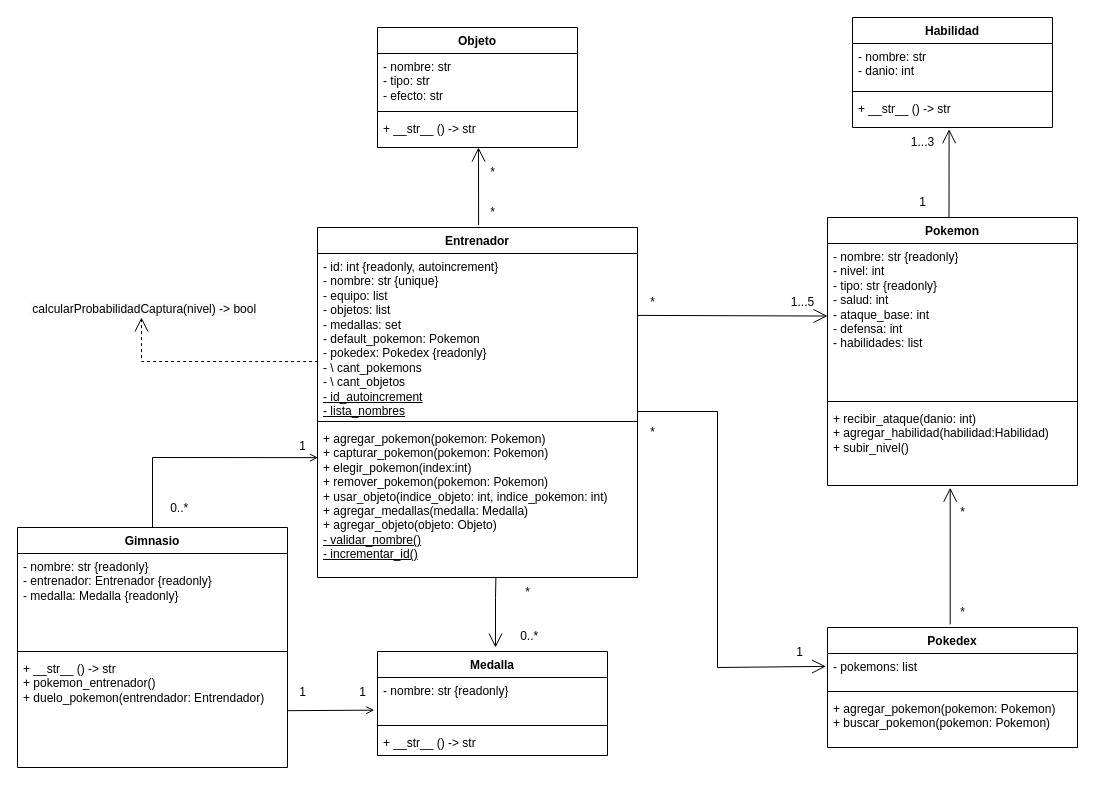
Earlier version of the draw.io diagram pokemon.drawio (MarucoMass/tp-integrador-P2-Massonnat-Martin-Palena). Source tidied: cells renumbered, new cells numbered last; positions are measured from the earlier drawing's top-left corner, leaving out a move shared by most shapes. Both pictures are drawn from the tidied source at 100%, with x=0, y=0 at pixel (17, 17).
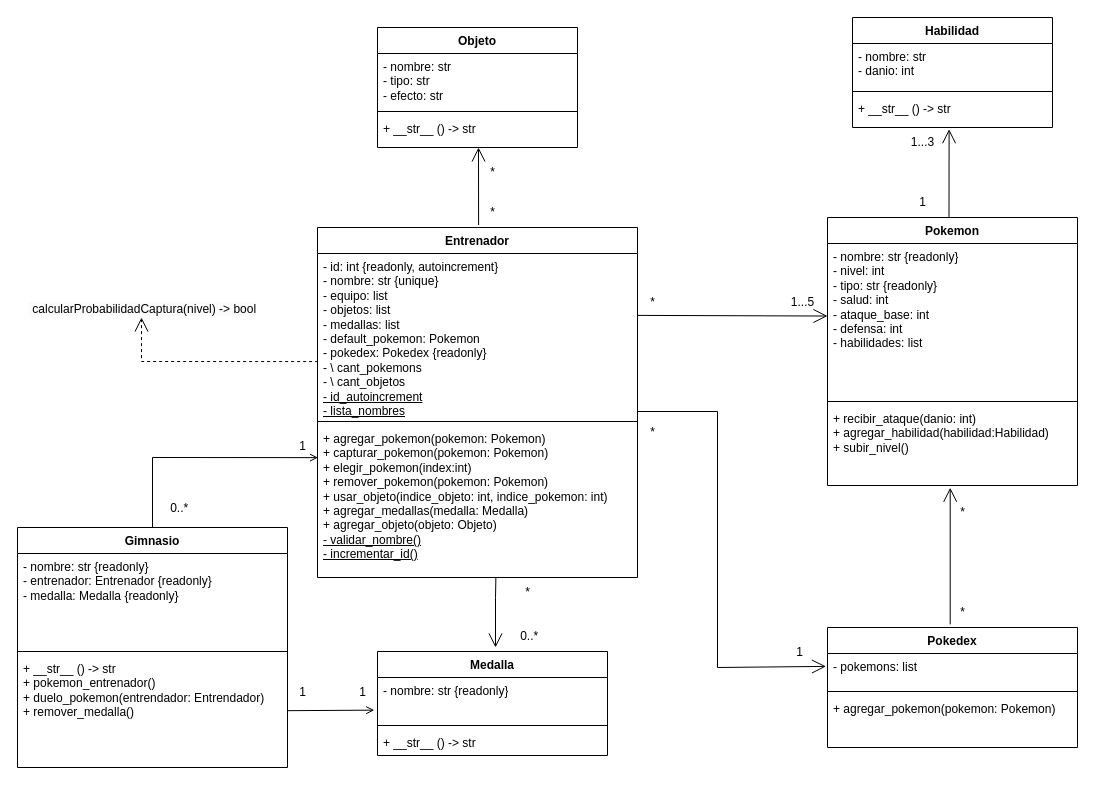
After the change.

Unchanged cells that the change refers to:
```xml
<mxCell id="2" value="Entrenador" style="swimlane;fontStyle=1;align=center;verticalAlign=top;horizontal=1;startSize=26;whiteSpace=wrap;html=1;" parent="1" vertex="1">
  <mxGeometry x="300" y="210" width="320" height="350" as="geometry" />
</mxCell>
<mxCell id="10" value="Pokedex" style="swimlane;fontStyle=1;align=center;verticalAlign=top;horizontal=1;startSize=26;whiteSpace=wrap;html=1;" parent="1" vertex="1">
  <mxGeometry x="810" y="610" width="250" height="120" as="geometry" />
</mxCell>
<mxCell id="47" value="Gimnasio" style="swimlane;fontStyle=1;align=center;verticalAlign=top;horizontal=1;startSize=26;whiteSpace=wrap;html=1;" parent="1" vertex="1">
  <mxGeometry y="510" width="270" height="240" as="geometry" />
</mxCell>
```

What changed in the source:
```diff
@@
-    <mxCell id="3" value="- id: int {readonly, autoincrement}&lt;div&gt;- nombre: str {unique}&lt;/div&gt;&lt;div&gt;- equipo: list&lt;/div&gt;&lt;div&gt;- objetos: list&lt;/div&gt;&lt;div&gt;- medallas: set&lt;/div&gt;&lt;div&gt;- default_pokemon: Pokemon&lt;/div&gt;&lt;div&gt;- pokedex: Pokedex {readonly}&lt;br&gt;&lt;div&gt;&lt;span style=&quot;background-color: initial;&quot;&gt;- \ cant_pokemons&lt;/span&gt;&lt;br&gt;&lt;/div&gt;&lt;/div&gt;&lt;div&gt;- \ cant_objetos&lt;/div&gt;&lt;div&gt;&lt;div&gt;&lt;u&gt;- id_autoincrement&lt;/u&gt;&lt;/div&gt;&lt;div&gt;&lt;u&gt;- lista_nombres&lt;/u&gt;&lt;/div&gt;&lt;/div&gt;&lt;div&gt;&lt;u&gt;&lt;br&gt;&lt;/u&gt;&lt;/div&gt;" style="text;strokeColor=none;fillColor=none;align=left;verticalAlign=top;spacingLeft=4;spacingRight=4;overflow=hidden;points=[[0,0.5],[1,0.5]];portConstraint=eastwest;whiteSpace=wrap;html=1;" parent="2" vertex="1">
+    <mxCell id="3" value="- id: int {readonly, autoincrement}&lt;div&gt;- nombre: str {unique}&lt;/div&gt;&lt;div&gt;- equipo: list&lt;/div&gt;&lt;div&gt;- objetos: list&lt;/div&gt;&lt;div&gt;- medallas: list&lt;/div&gt;&lt;div&gt;- default_pokemon: Pokemon&lt;/div&gt;&lt;div&gt;- pokedex: Pokedex {readonly}&lt;br&gt;&lt;div&gt;&lt;span style=&quot;background-color: initial;&quot;&gt;- \ cant_pokemons&lt;/span&gt;&lt;br&gt;&lt;/div&gt;&lt;/div&gt;&lt;div&gt;- \ cant_objetos&lt;/div&gt;&lt;div&gt;&lt;div&gt;&lt;u&gt;- id_autoincrement&lt;/u&gt;&lt;/div&gt;&lt;div&gt;&lt;u&gt;- lista_nombres&lt;/u&gt;&lt;/div&gt;&lt;/div&gt;&lt;div&gt;&lt;u&gt;&lt;br&gt;&lt;/u&gt;&lt;/div&gt;" style="text;strokeColor=none;fillColor=none;align=left;verticalAlign=top;spacingLeft=4;spacingRight=4;overflow=hidden;points=[[0,0.5],[1,0.5]];portConstraint=eastwest;whiteSpace=wrap;html=1;" parent="2" vertex="1">
       <mxGeometry y="26" width="320" height="164" as="geometry" />
     </mxCell>
@@
-    <mxCell id="13" value="+ agregar_pokemon(pokemon: Pokemon)&lt;div&gt;+ buscar_pokemon(pokemon: Pokemon)&lt;/div&gt;" style="text;strokeColor=none;fillColor=none;align=left;verticalAlign=top;spacingLeft=4;spacingRight=4;overflow=hidden;whiteSpace=wrap;html=1;" parent="10" vertex="1">
+    <mxCell id="13" value="+ agregar_pokemon(pokemon: Pokemon)&lt;div&gt;&lt;br&gt;&lt;/div&gt;" style="text;strokeColor=none;fillColor=none;align=left;verticalAlign=top;spacingLeft=4;spacingRight=4;overflow=hidden;whiteSpace=wrap;html=1;" parent="10" vertex="1">
       <mxGeometry y="68" width="250" height="52" as="geometry" />
     </mxCell>
@@
-    <mxCell id="50" value="+ __str__ () -&amp;gt; str&lt;br&gt;+ pokemon_entrenador()&lt;br&gt;+ duelo_pokemon(entrendador: Entrendador)" style="text;strokeColor=none;fillColor=none;align=left;verticalAlign=top;spacingLeft=4;spacingRight=4;overflow=hidden;points=[[0,0.5],[1,0.5]];portConstraint=eastwest;whiteSpace=wrap;html=1;" parent="47" vertex="1">
+    <mxCell id="50" value="+ __str__ () -&amp;gt; str&lt;br&gt;+ pokemon_entrenador()&lt;br&gt;+ duelo_pokemon(entrendador: Entrendador)&lt;br&gt;+ remover_medalla()" style="text;strokeColor=none;fillColor=none;align=left;verticalAlign=top;spacingLeft=4;spacingRight=4;overflow=hidden;points=[[0,0.5],[1,0.5]];portConstraint=eastwest;whiteSpace=wrap;html=1;" parent="47" vertex="1">
       <mxGeometry y="128" width="270" height="112" as="geometry" />
     </mxCell>
```
